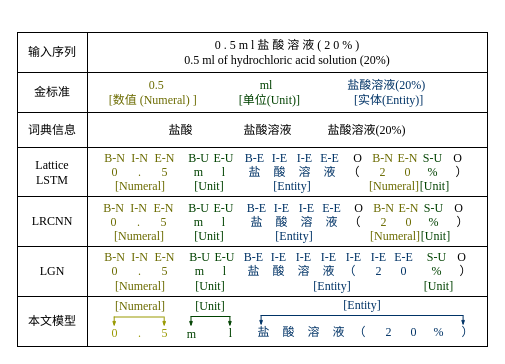
The draw.io diagram page "标注模式对比效果图" (6 of 9) of master_paper.drawio in JJackMoO/Jackert_draw, before the edit. Source tidied: cells renumbered, new cells numbered last; positions are measured from the earlier drawing's top-left corner, leaving out a move shared by most shapes. Both pictures are drawn from the tidied source at 100%, with x=0, y=0 at pixel (17, 32).
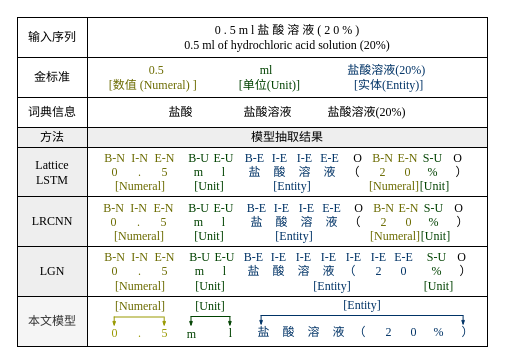
The same diagram, later.

The edit, as a diff of the source:
```diff
@@
     <mxCell id="2" value="&lt;font face=&quot;Times New Roman&quot;&gt;输入序列&lt;/font&gt;" style="rounded=0;whiteSpace=wrap;html=1;" parent="1" vertex="1">
-      <mxGeometry width="70" height="40" as="geometry" />
+      <mxGeometry y="-15" width="70" height="40" as="geometry" />
     </mxCell>
     <mxCell id="3" value="&lt;font face=&quot;Times New Roman&quot;&gt;0 . 5 m l 盐 酸 溶 液 ( 2 0 % )&lt;br&gt;0.5 ml of hydrochloric acid solution (20%)&lt;br&gt;&lt;/font&gt;" style="rounded=0;whiteSpace=wrap;html=1;strokeWidth=1;" parent="1" vertex="1">
-      <mxGeometry x="70" width="400" height="40" as="geometry" />
+      <mxGeometry x="70" y="-15" width="400" height="40" as="geometry" />
     </mxCell>
     <mxCell id="4" value="&lt;font face=&quot;Times New Roman&quot;&gt;金标准&lt;/font&gt;" style="rounded=0;whiteSpace=wrap;html=1;" parent="1" vertex="1">
-      <mxGeometry y="40" width="70" height="40" as="geometry" />
+      <mxGeometry y="25" width="70" height="40" as="geometry" />
     </mxCell>
     <mxCell id="5" value="&lt;font face=&quot;Times New Roman&quot;&gt;&lt;font color=&quot;#6b6b00&quot;&gt;0.5&lt;/font&gt;&lt;font color=&quot;#999900&quot;&gt;&amp;nbsp; &amp;nbsp; &amp;nbsp; &amp;nbsp; &amp;nbsp; &amp;nbsp; &amp;nbsp; &amp;nbsp; &amp;nbsp; &amp;nbsp; &amp;nbsp; &amp;nbsp; &amp;nbsp; &amp;nbsp; &amp;nbsp; &amp;nbsp;&amp;nbsp;&lt;/font&gt;&lt;/font&gt;&lt;span style=&quot;font-family: &amp;quot;Times New Roman&amp;quot;;&quot;&gt;&lt;font color=&quot;#004200&quot;&gt;ml&lt;/font&gt;&lt;/span&gt;&lt;span style=&quot;color: rgb(0, 102, 0); font-family: &amp;quot;Times New Roman&amp;quot;;&quot;&gt;&amp;nbsp; &amp;nbsp; &amp;nbsp; &amp;nbsp; &amp;nbsp; &amp;nbsp; &amp;nbsp; &amp;nbsp; &amp;nbsp; &amp;nbsp; &amp;nbsp; &amp;nbsp; &amp;nbsp;&lt;/span&gt;&lt;span style=&quot;font-family: &amp;quot;Times New Roman&amp;quot;;&quot;&gt;&lt;font color=&quot;#003366&quot;&gt;盐酸溶液(20%)&lt;/font&gt;&lt;/span&gt;&lt;div&gt;&lt;font face=&quot;Times New Roman&quot;&gt;&lt;font color=&quot;#999900&quot;&gt;&amp;nbsp;&lt;/font&gt;&lt;font color=&quot;#6b6b00&quot;&gt;[数值 (Numeral) ]&lt;/font&gt;&lt;font color=&quot;#999900&quot;&gt;&amp;nbsp; &amp;nbsp; &amp;nbsp; &amp;nbsp; &amp;nbsp; &amp;nbsp; &amp;nbsp;&amp;nbsp;&lt;/font&gt;&lt;font color=&quot;#004200&quot;&gt;[单位(Unit)]&lt;/font&gt;&lt;font color=&quot;#006600&quot;&gt;&amp;nbsp; &amp;nbsp; &amp;nbsp; &amp;nbsp; &amp;nbsp; &amp;nbsp; &amp;nbsp; &amp;nbsp; &amp;nbsp;&lt;/font&gt;&lt;span style=&quot;white-space: pre;&quot;&gt; &lt;/span&gt;&lt;font color=&quot;#003366&quot;&gt;[实体(Entity)]&lt;/font&gt;&lt;font color=&quot;#004c99&quot;&gt;&amp;nbsp; &amp;nbsp; &amp;nbsp; &amp;nbsp; &amp;nbsp; &amp;nbsp; &amp;nbsp; &amp;nbsp;&lt;/font&gt;&lt;br&gt;&lt;/font&gt;&lt;/div&gt;" style="rounded=0;whiteSpace=wrap;html=1;" parent="1" vertex="1">
-      <mxGeometry x="70" y="40" width="400" height="40" as="geometry" />
+      <mxGeometry x="70" y="25" width="400" height="40" as="geometry" />
     </mxCell>
     <mxCell id="6" value="&lt;font face=&quot;Times New Roman&quot;&gt;词典信息&lt;/font&gt;" style="rounded=0;whiteSpace=wrap;html=1;" parent="1" vertex="1">
-      <mxGeometry y="80" width="70" height="35" as="geometry" />
+      <mxGeometry y="65" width="70" height="30" as="geometry" />
     </mxCell>
     <mxCell id="7" value="&lt;span style=&quot;font-family: &amp;quot;Times New Roman&amp;quot;;&quot;&gt;盐酸&amp;nbsp; &amp;nbsp; &amp;nbsp; &amp;nbsp; &amp;nbsp; &amp;nbsp; &amp;nbsp; &amp;nbsp; &amp;nbsp;&lt;/span&gt;&lt;span style=&quot;font-family: &amp;quot;Times New Roman&amp;quot;;&quot;&gt;盐酸溶液&amp;nbsp; &amp;nbsp; &amp;nbsp; &amp;nbsp; &amp;nbsp; &amp;nbsp;&amp;nbsp;&lt;/span&gt;&lt;font face=&quot;Times New Roman&quot;&gt;盐酸溶液(20%)&lt;br&gt;&lt;/font&gt;" style="rounded=0;whiteSpace=wrap;html=1;" parent="1" vertex="1">
-      <mxGeometry x="70" y="80" width="400" height="35" as="geometry" />
+      <mxGeometry x="70" y="65" width="400" height="30" as="geometry" />
     </mxCell>
-    <mxCell id="8" value="&lt;font face=&quot;Times New Roman&quot;&gt;Lattice LSTM&lt;/font&gt;" style="rounded=0;whiteSpace=wrap;html=1;" parent="1" vertex="1">
+    <mxCell id="8" value="&lt;font face=&quot;Times New Roman&quot;&gt;Lattice LSTM&lt;/font&gt;" style="rounded=0;whiteSpace=wrap;html=1;fillColor=#eeeeee;strokeColor=#000000;" parent="1" vertex="1">
       <mxGeometry y="115" width="70" height="50" as="geometry" />
     </mxCell>
@@
-    <mxCell id="43" value="&lt;font face=&quot;Times New Roman&quot;&gt;LRCNN&lt;/font&gt;" style="rounded=0;whiteSpace=wrap;html=1;" parent="1" vertex="1">
+    <mxCell id="43" value="&lt;font face=&quot;Times New Roman&quot;&gt;LRCNN&lt;/font&gt;" style="rounded=0;whiteSpace=wrap;html=1;fillColor=#eeeeee;strokeColor=#000000;" parent="1" vertex="1">
       <mxGeometry y="164" width="70" height="50" as="geometry" />
     </mxCell>
@@
-    <mxCell id="78" value="&lt;font face=&quot;Times New Roman&quot;&gt;LGN&lt;/font&gt;" style="rounded=0;whiteSpace=wrap;html=1;" parent="1" vertex="1">
+    <mxCell id="78" value="&lt;font face=&quot;Times New Roman&quot;&gt;LGN&lt;/font&gt;" style="rounded=0;whiteSpace=wrap;html=1;fillColor=#eeeeee;strokeColor=#000000;" parent="1" vertex="1">
       <mxGeometry y="214" width="70" height="50" as="geometry" />
     </mxCell>
@@
-    <mxCell id="112" value="&lt;font face=&quot;Times New Roman&quot;&gt;本文模型&lt;/font&gt;" style="rounded=0;whiteSpace=wrap;html=1;" parent="1" vertex="1">
+    <mxCell id="112" value="&lt;font face=&quot;Times New Roman&quot;&gt;本文模型&lt;/font&gt;" style="rounded=0;whiteSpace=wrap;html=1;fillColor=#f5f5f5;fontColor=#333333;strokeColor=#000000;" parent="1" vertex="1">
       <mxGeometry y="264" width="70" height="50" as="geometry" />
     </mxCell>
@@
+    <mxCell id="143" value="&lt;font face=&quot;Times New Roman&quot;&gt;模型抽取结果&lt;/font&gt;" style="rounded=0;whiteSpace=wrap;html=1;fillColor=#eeeeee;strokeColor=#000000;" parent="1" vertex="1">
+      <mxGeometry x="70" y="95" width="400" height="20" as="geometry" />
+    </mxCell>
+    <mxCell id="144" value="&lt;font face=&quot;Times New Roman&quot;&gt;方法&lt;/font&gt;" style="rounded=0;whiteSpace=wrap;html=1;fillColor=#eeeeee;strokeColor=#000000;" parent="1" vertex="1">
+      <mxGeometry y="95" width="70" height="20" as="geometry" />
+    </mxCell>
```
